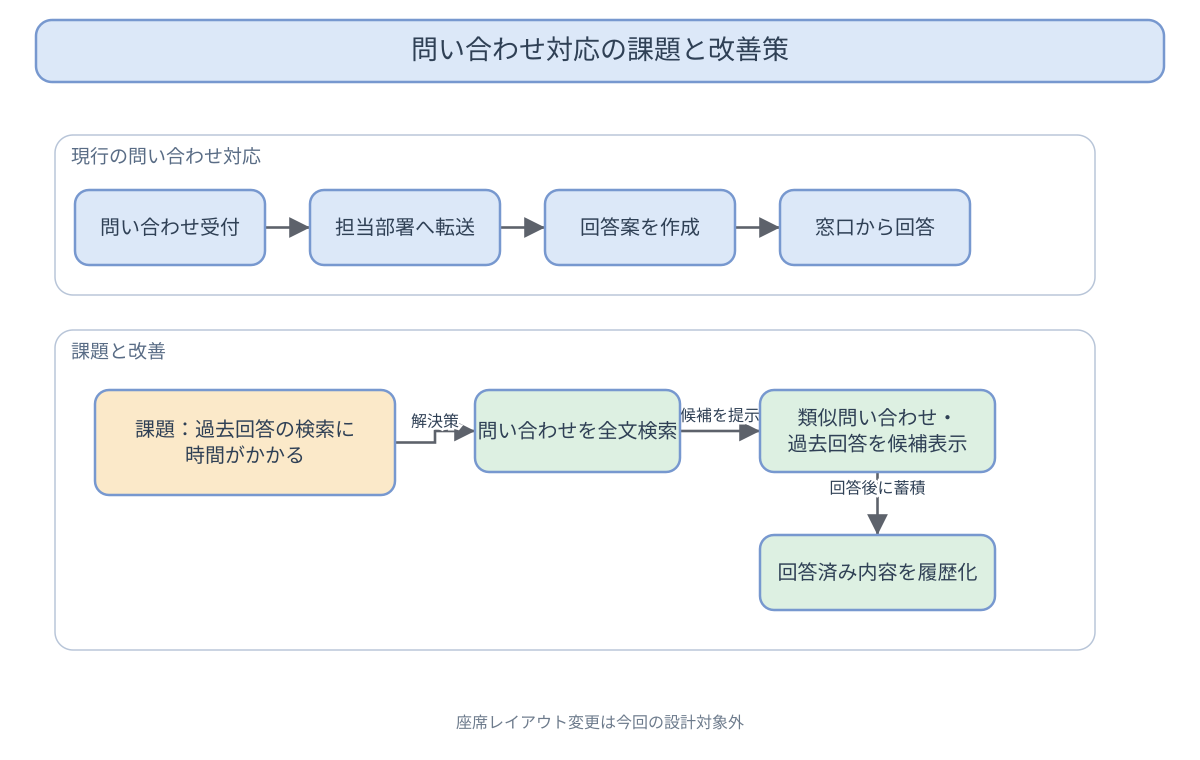
The draw.io diagram 20_zukai-drill/src/data/diagrams/contact-handling-improvement_good-diagram.drawio.png in kaku3/workbooks, before a commit. Source tidied: cells renumbered, new cells last; positions are measured from the earlier drawing's top-left corner, leaving out a move shared by most shapes.
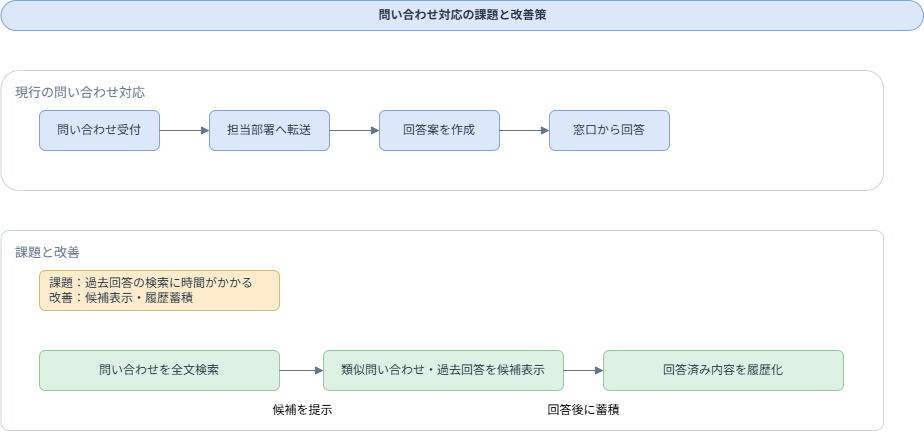
The same file after the commit.

What changed in the source:
```diff
@@ -2,56 +2,53 @@
   <root>
     <mxCell id="0" />
     <mxCell id="1" parent="0" />
-    <mxCell id="2" value="問い合わせ対応の課題と改善策" style="rounded=1;whiteSpace=wrap;html=1;fillColor=#DCE8F8;strokeColor=#7798CF;fontColor=#2F4055;fontSize=24;" parent="1" vertex="1">
-      <mxGeometry width="1128" height="62" as="geometry" />
+    <mxCell id="2" value="問い合わせ対応の課題と改善策" style="rounded=1;whiteSpace=wrap;html=1;fillColor=#DCE8FA;strokeColor=#7EA3DE;fontColor=#263445;fontSize=12;fontStyle=1;arcSize=50;" parent="1" vertex="1">
+      <mxGeometry x="1.5" y="30" width="922.5" height="30" as="geometry" />
     </mxCell>
-    <mxCell id="3" value="現行の問い合わせ対応" style="rounded=1;whiteSpace=wrap;html=1;fillColor=none;strokeColor=#B8C5D8;fontColor=#596C85;fontSize=18;verticalAlign=top;align=left;spacingTop=8;spacingLeft=10;" parent="1" vertex="1">
-      <mxGeometry x="19" y="115" width="1040" height="160" as="geometry" />
+    <mxCell id="3" value="現行の問い合わせ対応" style="rounded=1;whiteSpace=wrap;html=1;fillColor=#FFFFFF;fillOpacity=70;strokeColor=#CBD5E1;fontColor=#64748B;fontSize=13;verticalAlign=top;align=left;spacingLeft=12;spacingTop=8;" parent="1" vertex="1">
+      <mxGeometry x="1.5" y="100" width="882.5" height="120" as="geometry" />
     </mxCell>
-    <mxCell id="4" value="課題と改善" style="rounded=1;whiteSpace=wrap;html=1;fillColor=none;strokeColor=#B8C5D8;fontColor=#596C85;fontSize=18;verticalAlign=top;align=left;spacingTop=8;spacingLeft=10;" parent="1" vertex="1">
-      <mxGeometry x="19" y="310" width="1040" height="320" as="geometry" />
-    </mxCell>
-    <mxCell id="5" style="edgeStyle=orthogonalEdgeStyle;rounded=0;jettySize=auto;html=1;endArrow=block;endFill=1;strokeColor=#5D626B;fontColor=#2F4055;fontSize=15;" parent="1" edge="1" source="11" target="12">
-      <mxGeometry relative="1" as="geometry" />
-    </mxCell>
-    <mxCell id="6" style="edgeStyle=orthogonalEdgeStyle;rounded=0;jettySize=auto;html=1;endArrow=block;endFill=1;strokeColor=#5D626B;fontColor=#2F4055;fontSize=15;" parent="1" edge="1" source="12" target="13">
-      <mxGeometry relative="1" as="geometry" />
-    </mxCell>
-    <mxCell id="7" style="edgeStyle=orthogonalEdgeStyle;rounded=0;jettySize=auto;html=1;endArrow=block;endFill=1;strokeColor=#5D626B;fontColor=#2F4055;fontSize=15;" parent="1" edge="1" source="13" target="14">
-      <mxGeometry relative="1" as="geometry" />
-    </mxCell>
-    <mxCell id="8" value="解決策" style="edgeStyle=orthogonalEdgeStyle;rounded=0;jettySize=auto;html=1;endArrow=block;endFill=1;strokeColor=#5D626B;fontColor=#2F4055;fontSize=15;" parent="1" edge="1" source="15" target="16">
-      <mxGeometry relative="1" as="geometry" />
-    </mxCell>
-    <mxCell id="9" value="候補を提示" style="edgeStyle=orthogonalEdgeStyle;rounded=0;jettySize=auto;html=1;endArrow=block;endFill=1;strokeColor=#5D626B;fontColor=#2F4055;fontSize=15;" parent="1" edge="1" source="16" target="17">
-      <mxGeometry relative="1" as="geometry" />
-    </mxCell>
-    <mxCell id="10" value="回答後に蓄積" style="edgeStyle=orthogonalEdgeStyle;rounded=0;jettySize=auto;html=1;endArrow=block;endFill=1;strokeColor=#5D626B;fontColor=#2F4055;fontSize=15;" parent="1" edge="1" source="17" target="18">
-      <mxGeometry relative="1" as="geometry" />
-    </mxCell>
-    <mxCell id="11" value="問い合わせ受付" style="rounded=1;whiteSpace=wrap;html=1;fillColor=#DCE8F8;strokeColor=#7798CF;fontColor=#2F4055;fontSize=20;" parent="1" vertex="1">
-      <mxGeometry x="39" y="170" width="190" height="75" as="geometry" />
+    <mxCell id="11" value="問い合わせ受付" style="rounded=1;whiteSpace=wrap;html=1;fillColor=#DCE8FA;strokeColor=#7EA3DE;fontColor=#263445;fontSize=12;" parent="1" vertex="1">
+      <mxGeometry x="40" y="140" width="120" height="40" as="geometry" />
     </mxCell>
-    <mxCell id="12" value="担当部署へ転送" style="rounded=1;whiteSpace=wrap;html=1;fillColor=#DCE8F8;strokeColor=#7798CF;fontColor=#2F4055;fontSize=20;" parent="1" vertex="1">
-      <mxGeometry x="274" y="170" width="190" height="75" as="geometry" />
+    <mxCell id="12" value="担当部署へ転送" style="rounded=1;whiteSpace=wrap;html=1;fillColor=#DCE8FA;strokeColor=#7EA3DE;fontColor=#263445;fontSize=12;" parent="1" vertex="1">
+      <mxGeometry x="210" y="140" width="120" height="40" as="geometry" />
     </mxCell>
-    <mxCell id="13" value="回答案を作成" style="rounded=1;whiteSpace=wrap;html=1;fillColor=#DCE8F8;strokeColor=#7798CF;fontColor=#2F4055;fontSize=20;" parent="1" vertex="1">
-      <mxGeometry x="509" y="170" width="190" height="75" as="geometry" />
+    <mxCell id="13" value="回答案を作成" style="rounded=1;whiteSpace=wrap;html=1;fillColor=#DCE8FA;strokeColor=#7EA3DE;fontColor=#263445;fontSize=12;" parent="1" vertex="1">
+      <mxGeometry x="380" y="140" width="120" height="40" as="geometry" />
     </mxCell>
-    <mxCell id="14" value="窓口から回答" style="rounded=1;whiteSpace=wrap;html=1;fillColor=#DCE8F8;strokeColor=#7798CF;fontColor=#2F4055;fontSize=20;" parent="1" vertex="1">
-      <mxGeometry x="744" y="170" width="190" height="75" as="geometry" />
+    <mxCell id="14" value="窓口から回答" style="rounded=1;whiteSpace=wrap;html=1;fillColor=#DCE8FA;strokeColor=#7EA3DE;fontColor=#263445;fontSize=12;" parent="1" vertex="1">
+      <mxGeometry x="550" y="140" width="120" height="40" as="geometry" />
     </mxCell>
-    <mxCell id="15" value="課題：過去回答の検索に&lt;br&gt;時間がかかる" style="rounded=1;whiteSpace=wrap;html=1;fillColor=#FBE9C9;strokeColor=#7798CF;fontColor=#2F4055;fontSize=20;" parent="1" vertex="1">
-      <mxGeometry x="59" y="370" width="300" height="105" as="geometry" />
-    </mxCell>
+    <mxCell id="5" style="edgeStyle=orthogonalEdgeStyle;rounded=0;jettySize=auto;html=1;endArrow=block;endFill=1;strokeColor=#64748B;fontSize=12;" parent="1" edge="1" source="11" target="12">
+      <mxGeometry relative="1" as="geometry" />
+    </mxCell>
+    <mxCell id="6" style="edgeStyle=orthogonalEdgeStyle;rounded=0;jettySize=auto;html=1;endArrow=block;endFill=1;strokeColor=#64748B;fontSize=12;" parent="1" edge="1" source="12" target="13">
+      <mxGeometry relative="1" as="geometry" />
+    </mxCell>
+    <mxCell id="7" style="edgeStyle=orthogonalEdgeStyle;rounded=0;jettySize=auto;html=1;endArrow=block;endFill=1;strokeColor=#64748B;fontSize=12;" parent="1" edge="1" source="13" target="14">
+      <mxGeometry relative="1" as="geometry" />
+    </mxCell>
+    <mxCell id="4" value="課題と改善" style="rounded=1;whiteSpace=wrap;html=1;fillColor=#FFFFFF;fillOpacity=70;strokeColor=#CBD5E1;fontColor=#64748B;fontSize=13;verticalAlign=top;align=left;spacingLeft=12;spacingTop=8;arcSize=4;" parent="1" vertex="1">
+      <mxGeometry x="1.5" y="260" width="882.5" height="200" as="geometry" />
+    </mxCell>
+    <mxCell id="19" value="課題：過去回答の検索に時間がかかる&lt;div&gt;改善：候補表示・履歴蓄積&lt;/div&gt;" style="rounded=1;whiteSpace=wrap;html=1;fillColor=#FCECCB;strokeColor=#D8B96D;fontColor=#263445;fontSize=12;align=left;spacingLeft=8;" parent="1" vertex="1">
+      <mxGeometry x="40" y="300" width="240" height="40" as="geometry" />
+    </mxCell>
-    <mxCell id="16" value="問い合わせを全文検索" style="rounded=1;whiteSpace=wrap;html=1;fillColor=#DDF0E2;strokeColor=#7798CF;fontColor=#2F4055;fontSize=20;" parent="1" vertex="1">
-      <mxGeometry x="439" y="370" width="205" height="82" as="geometry" />
+    <mxCell id="16" value="問い合わせを全文検索" style="rounded=1;whiteSpace=wrap;html=1;fillColor=#DDF2E4;strokeColor=#91C99C;fontColor=#263445;fontSize=12;" parent="1" vertex="1">
+      <mxGeometry x="40" y="380" width="240" height="40" as="geometry" />
     </mxCell>
-    <mxCell id="17" value="類似問い合わせ・&lt;br&gt;過去回答を候補表示" style="rounded=1;whiteSpace=wrap;html=1;fillColor=#DDF0E2;strokeColor=#7798CF;fontColor=#2F4055;fontSize=20;" parent="1" vertex="1">
-      <mxGeometry x="724" y="370" width="235" height="82" as="geometry" />
-    </mxCell>
+    <mxCell id="20" value="類似問い合わせ・過去回答を候補表示" style="rounded=1;whiteSpace=wrap;html=1;fillColor=#DDF2E4;strokeColor=#91C99C;fontColor=#263445;fontSize=12;" parent="1" vertex="1">
+      <mxGeometry x="324" y="380" width="240" height="40" as="geometry" />
+    </mxCell>
-    <mxCell id="18" value="回答済み内容を履歴化" style="rounded=1;whiteSpace=wrap;html=1;fillColor=#DDF0E2;strokeColor=#7798CF;fontColor=#2F4055;fontSize=20;" parent="1" vertex="1">
-      <mxGeometry x="724" y="515" width="235" height="75" as="geometry" />
+    <mxCell id="18" value="回答済み内容を履歴化" style="rounded=1;whiteSpace=wrap;html=1;fillColor=#DDF2E4;strokeColor=#91C99C;fontColor=#263445;fontSize=12;" parent="1" vertex="1">
+      <mxGeometry x="604" y="380" width="240" height="40" as="geometry" />
     </mxCell>
+    <mxCell id="10" value="回答後に蓄積" style="edgeStyle=orthogonalEdgeStyle;rounded=0;jettySize=auto;html=1;endArrow=block;endFill=1;strokeColor=#64748B;fontSize=12;exitX=1;exitY=0.5;exitDx=0;exitDy=0;" parent="1" edge="1" source="20" target="18">
+      <mxGeometry y="-40" relative="1" as="geometry" />
+    </mxCell>
+    <mxCell id="9" value="候補を提示" style="edgeStyle=orthogonalEdgeStyle;rounded=0;jettySize=auto;html=1;endArrow=block;endFill=1;strokeColor=#64748B;fontSize=12;exitX=1;exitY=0.5;exitDx=0;exitDy=0;entryX=0;entryY=0.5;entryDx=0;entryDy=0;" parent="1" edge="1" source="16" target="20">
+      <mxGeometry x="0.05" y="-40" relative="1" as="geometry" />
+    </mxCell>
   </root>
 </mxGraphModel>
```
